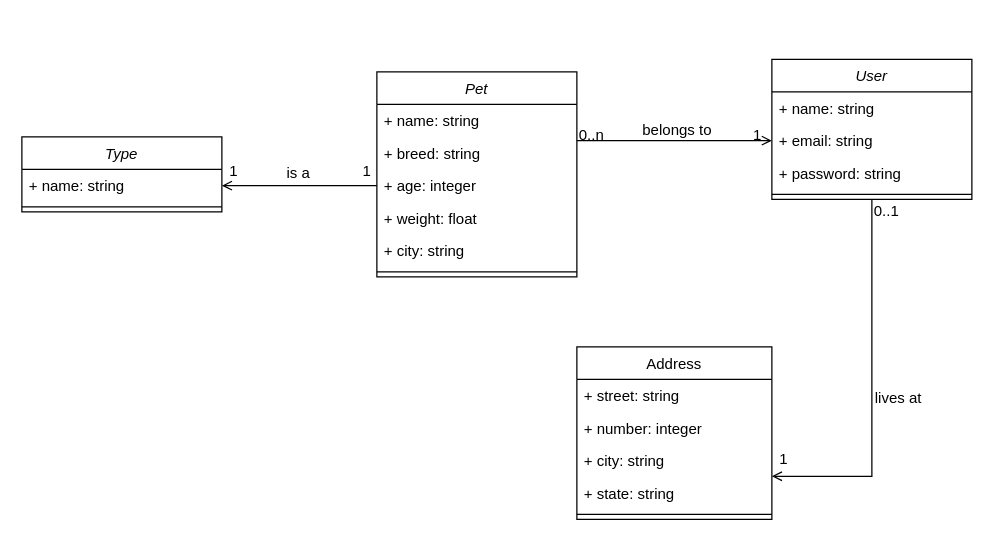
The draw.io diagram docs/class diagram.drawio in guimaraes-lucas/pet-finder-api, before the edit. Source tidied: cells renumbered, new cells numbered last; positions are measured from the earlier drawing's top-left corner, leaving out a move shared by most shapes. Both pictures are drawn from the tidied source at 125%, with x=0, y=0 at pixel (21, 21).
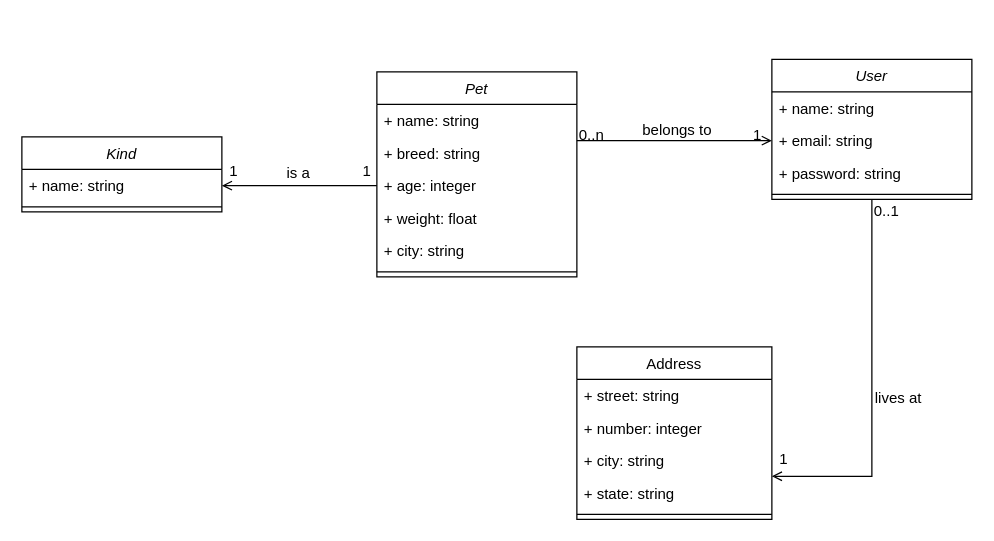
Above is the later version.

Diff of the diagram source:
```diff
@@
-    <mxCell id="22" value="Type" style="swimlane;fontStyle=2;align=center;verticalAlign=top;horizontal=1;startSize=26;rounded=0;shadow=0;strokeWidth=1;" parent="1" vertex="1">
+    <mxCell id="22" value="Kind" style="swimlane;fontStyle=2;align=center;verticalAlign=top;horizontal=1;startSize=26;rounded=0;shadow=0;strokeWidth=1;" parent="1" vertex="1">
       <mxGeometry y="92" width="160" height="60" as="geometry" />
     </mxCell>
```
